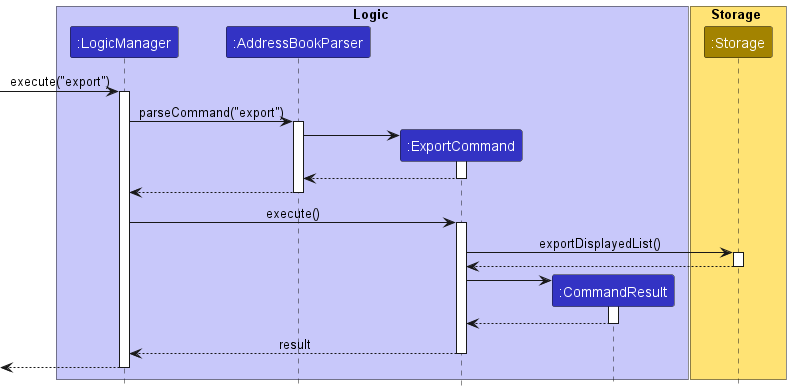
Earlier version of the PlantUML export docs/images/ExportSequenceDiagram.png (nus-cs2103-AY2223S1/tp). Source of this version:
```plantuml
@startuml
!include style.puml

box Logic LOGIC_COLOR_T1
participant ":LogicManager" as LogicManager LOGIC_COLOR
participant ":AddressBookParser" as AddressBookParser LOGIC_COLOR
participant ":ExportCommand" as ExportCommand LOGIC_COLOR
participant ":CommandResult" as CommandResult LOGIC_COLOR
end box

box Storage STORAGE_COLOR_T1
participant ":Storage" as Storage STORAGE_COLOR
end box

[-> LogicManager : execute("export")
activate LogicManager

LogicManager -> AddressBookParser : parseCommand("export")
activate AddressBookParser

create ExportCommand
AddressBookParser -> ExportCommand
activate ExportCommand

ExportCommand --> AddressBookParser :
deactivate ExportCommand

AddressBookParser --> LogicManager :
deactivate AddressBookParser

LogicManager -> ExportCommand : execute()
activate ExportCommand

ExportCommand -> Storage : exportDisplayedList()
activate Storage

Storage --> ExportCommand
deactivate Storage


create CommandResult
ExportCommand -> CommandResult
activate CommandResult

CommandResult --> ExportCommand
deactivate CommandResult

ExportCommand --> LogicManager : result
deactivate ExportCommand

[<--LogicManager
deactivate LogicManager
@enduml
```
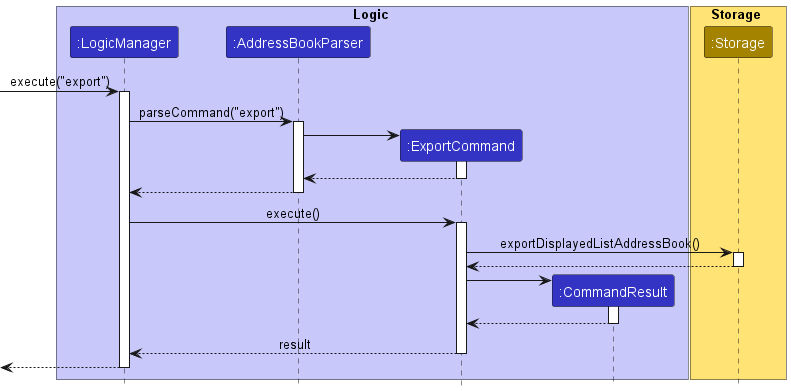
After the change.

Change to the diagram source:
```diff
@@ -31,7 +31,7 @@
 LogicManager -> ExportCommand : execute()
 activate ExportCommand
 
-ExportCommand -> Storage : exportDisplayedList()
+ExportCommand -> Storage : exportDisplayedListAddressBook()
 activate Storage
 
 Storage --> ExportCommand
```
